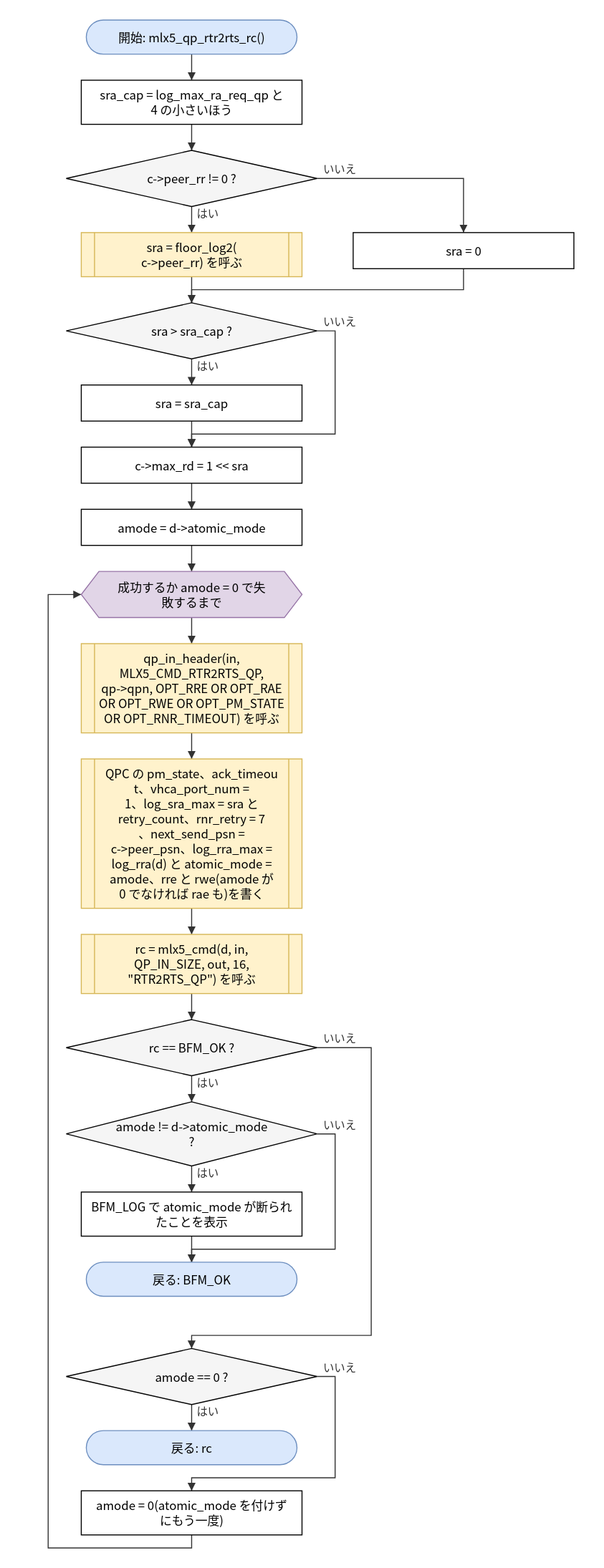
Before: doc/spec/images/flow_src_mlx5_qp-mlx5_qp_rtr2rts_rc.drawio.svg, a diagram exported from draw.io (hf355051012-ai/bfmem). Source tidied: cells renumbered, new cells last; positions are measured from the earlier drawing's top-left corner, leaving out a move shared by most shapes.
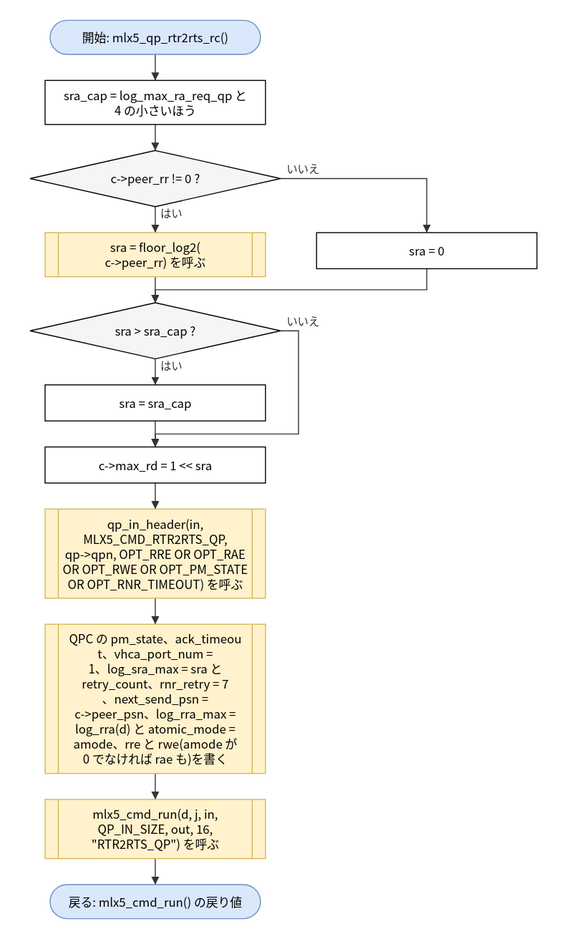
After the change.

Change to the diagram source:
```diff
@@ -26,42 +26,18 @@
     <mxCell id="9" value="c-&amp;gt;max_rd = 1 &amp;lt;&amp;lt; sra" style="rounded=0;whiteSpace=wrap;html=1;" parent="1" vertex="1">
       <mxGeometry x="33" y="426" width="220" height="36" as="geometry" />
     </mxCell>
-    <mxCell id="10" value="amode = d-&amp;gt;atomic_mode" style="rounded=0;whiteSpace=wrap;html=1;" parent="1" vertex="1">
-      <mxGeometry x="33" y="488" width="220" height="36" as="geometry" />
+    <mxCell id="10" value="qp_in_header(in,&lt;br&gt;MLX5_CMD_RTR2RTS_QP,&lt;br&gt;qp-&amp;gt;qpn, OPT_RRE OR OPT_RAE&lt;br&gt;OR OPT_RWE OR OPT_PM_STATE&lt;br&gt;OR OPT_RNR_TIMEOUT) を呼ぶ" style="shape=process;whiteSpace=wrap;html=1;backgroundOutline=1;size=0.06;fillColor=#fff2cc;strokeColor=#d6b656;" parent="1" vertex="1">
+      <mxGeometry x="33" y="488" width="220" height="89" as="geometry" />
     </mxCell>
-    <mxCell id="11" value="成功するか amode = 0 で失&lt;br&gt;敗するまで" style="shape=hexagon;perimeter=hexagonPerimeter2;whiteSpace=wrap;html=1;size=0.08;fillColor=#e1d5e7;strokeColor=#9673a6;" parent="1" vertex="1">
-      <mxGeometry x="33" y="550" width="220" height="46" as="geometry" />
+    <mxCell id="11" value="QPC の pm_state、ack_timeou&lt;br&gt;t、vhca_port_num =&lt;br&gt;1、log_sra_max = sra と&lt;br&gt;retry_count、rnr_retry = 7&lt;br&gt;、next_send_psn =&lt;br&gt;c-&amp;gt;peer_psn、log_rra_max =&lt;br&gt;log_rra(d) と atomic_mode =&lt;br&gt;amode、rre と rwe(amode が&lt;br&gt;0 でなければ rae も)を書く" style="shape=process;whiteSpace=wrap;html=1;backgroundOutline=1;size=0.06;fillColor=#fff2cc;strokeColor=#d6b656;" parent="1" vertex="1">
+      <mxGeometry x="33" y="603" width="220" height="149" as="geometry" />
     </mxCell>
-    <mxCell id="12" value="qp_in_header(in,&lt;br&gt;MLX5_CMD_RTR2RTS_QP,&lt;br&gt;qp-&amp;gt;qpn, OPT_RRE OR OPT_RAE&lt;br&gt;OR OPT_RWE OR OPT_PM_STATE&lt;br&gt;OR OPT_RNR_TIMEOUT) を呼ぶ" style="shape=process;whiteSpace=wrap;html=1;backgroundOutline=1;size=0.06;fillColor=#fff2cc;strokeColor=#d6b656;" parent="1" vertex="1">
-      <mxGeometry x="33" y="622" width="220" height="89" as="geometry" />
+    <mxCell id="12" value="mlx5_cmd_run(d, j, in,&lt;br&gt;QP_IN_SIZE, out, 16,&lt;br&gt;&amp;quot;RTR2RTS_QP&amp;quot;) を呼ぶ" style="shape=process;whiteSpace=wrap;html=1;backgroundOutline=1;size=0.06;fillColor=#fff2cc;strokeColor=#d6b656;" parent="1" vertex="1">
+      <mxGeometry x="33" y="778" width="220" height="59" as="geometry" />
     </mxCell>
-    <mxCell id="13" value="QPC の pm_state、ack_timeou&lt;br&gt;t、vhca_port_num =&lt;br&gt;1、log_sra_max = sra と&lt;br&gt;retry_count、rnr_retry = 7&lt;br&gt;、next_send_psn =&lt;br&gt;c-&amp;gt;peer_psn、log_rra_max =&lt;br&gt;log_rra(d) と atomic_mode =&lt;br&gt;amode、rre と rwe(amode が&lt;br&gt;0 でなければ rae も)を書く" style="shape=process;whiteSpace=wrap;html=1;backgroundOutline=1;size=0.06;fillColor=#fff2cc;strokeColor=#d6b656;" parent="1" vertex="1">
-      <mxGeometry x="33" y="737" width="220" height="149" as="geometry" />
+    <mxCell id="13" value="戻る: mlx5_cmd_run() の戻り値" style="rounded=1;arcSize=50;whiteSpace=wrap;html=1;fillColor=#dae8fc;strokeColor=#6c8ebf;" parent="1" vertex="1">
+      <mxGeometry x="38" y="863" width="210" height="34" as="geometry" />
     </mxCell>
-    <mxCell id="14" value="rc = mlx5_cmd(d, in,&lt;br&gt;QP_IN_SIZE, out, 16,&lt;br&gt;&amp;quot;RTR2RTS_QP&amp;quot;) を呼ぶ" style="shape=process;whiteSpace=wrap;html=1;backgroundOutline=1;size=0.06;fillColor=#fff2cc;strokeColor=#d6b656;" parent="1" vertex="1">
-      <mxGeometry x="33" y="912" width="220" height="59" as="geometry" />
-    </mxCell>
-    <mxCell id="15" value="rc == BFM_OK ?" style="rhombus;whiteSpace=wrap;html=1;fillColor=#f5f5f5;" parent="1" vertex="1">
-      <mxGeometry x="18" y="997" width="250" height="56" as="geometry" />
-    </mxCell>
-    <mxCell id="16" value="amode != d-&amp;gt;atomic_mode&lt;br&gt;?" style="rhombus;whiteSpace=wrap;html=1;fillColor=#f5f5f5;" parent="1" vertex="1">
-      <mxGeometry x="18" y="1079" width="250" height="64" as="geometry" />
-    </mxCell>
-    <mxCell id="17" value="BFM_LOG で atomic_mode が断られ&lt;br&gt;たことを表示" style="rounded=0;whiteSpace=wrap;html=1;" parent="1" vertex="1">
-      <mxGeometry x="33" y="1169" width="220" height="44" as="geometry" />
-    </mxCell>
-    <mxCell id="18" value="戻る: BFM_OK" style="rounded=1;arcSize=50;whiteSpace=wrap;html=1;fillColor=#dae8fc;strokeColor=#6c8ebf;" parent="1" vertex="1">
-      <mxGeometry x="38" y="1239" width="210" height="34" as="geometry" />
-    </mxCell>
-    <mxCell id="19" value="amode == 0 ?" style="rhombus;whiteSpace=wrap;html=1;fillColor=#f5f5f5;" parent="1" vertex="1">
-      <mxGeometry x="18" y="1325" width="250" height="56" as="geometry" />
-    </mxCell>
-    <mxCell id="20" value="戻る: rc" style="rounded=1;arcSize=50;whiteSpace=wrap;html=1;fillColor=#dae8fc;strokeColor=#6c8ebf;" parent="1" vertex="1">
-      <mxGeometry x="38" y="1407" width="210" height="34" as="geometry" />
-    </mxCell>
-    <mxCell id="21" value="amode = 0(atomic_mode を付けず&lt;br&gt;にもう一度)" style="rounded=0;whiteSpace=wrap;html=1;" parent="1" vertex="1">
-      <mxGeometry x="33" y="1467" width="220" height="44" as="geometry" />
-    </mxCell>
     <mxCell id="22" style="edgeStyle=none;html=1;rounded=0;endArrow=block;endFill=1;exitX=0.5000;exitY=1.0000;exitDx=0;exitDy=0;exitPerimeter=0;entryX=0.5000;entryY=0.0000;entryDx=0;entryDy=0;entryPerimeter=0;" parent="1" edge="1" source="2" target="3">
       <mxGeometry relative="1" as="geometry" />
     </mxCell>
@@ -116,59 +92,5 @@
     <mxCell id="34" style="edgeStyle=none;html=1;rounded=0;endArrow=block;endFill=1;exitX=0.5000;exitY=1.0000;exitDx=0;exitDy=0;exitPerimeter=0;entryX=0.5000;entryY=0.0000;entryDx=0;entryDy=0;entryPerimeter=0;" parent="1" edge="1" source="12" target="13">
       <mxGeometry relative="1" as="geometry" />
     </mxCell>
-    <mxCell id="35" style="edgeStyle=none;html=1;rounded=0;endArrow=block;endFill=1;exitX=0.5000;exitY=1.0000;exitDx=0;exitDy=0;exitPerimeter=0;entryX=0.5000;entryY=0.0000;entryDx=0;entryDy=0;entryPerimeter=0;" parent="1" edge="1" source="13" target="14">
-      <mxGeometry relative="1" as="geometry" />
-    </mxCell>
-    <mxCell id="36" style="edgeStyle=none;html=1;rounded=0;endArrow=block;endFill=1;exitX=0.5000;exitY=1.0000;exitDx=0;exitDy=0;exitPerimeter=0;entryX=0.5000;entryY=0.0000;entryDx=0;entryDy=0;entryPerimeter=0;" parent="1" edge="1" source="14" target="15">
-      <mxGeometry relative="1" as="geometry" />
-    </mxCell>
-    <mxCell id="37" value="はい" style="edgeStyle=none;html=1;rounded=0;endArrow=block;endFill=1;exitX=0.5000;exitY=1.0000;exitDx=0;exitDy=0;exitPerimeter=0;entryX=0.5000;entryY=0.0000;entryDx=0;entryDy=0;entryPerimeter=0;" parent="1" edge="1" source="15" target="16">
-      <mxGeometry relative="1" as="geometry" />
-    </mxCell>
-    <mxCell id="38" value="はい" style="edgeStyle=none;html=1;rounded=0;endArrow=block;endFill=1;exitX=0.5000;exitY=1.0000;exitDx=0;exitDy=0;exitPerimeter=0;entryX=0.5000;entryY=0.0000;entryDx=0;entryDy=0;entryPerimeter=0;" parent="1" edge="1" source="16" target="17">
-      <mxGeometry relative="1" as="geometry" />
-    </mxCell>
-    <mxCell id="39" style="edgeStyle=none;html=1;rounded=0;endArrow=block;endFill=1;exitX=0.5000;exitY=1.0000;exitDx=0;exitDy=0;exitPerimeter=0;entryX=0.5000;entryY=0.0000;entryDx=0;entryDy=0;entryPerimeter=0;" parent="1" edge="1" source="17" target="18">
-      <mxGeometry relative="1" as="geometry" />
-    </mxCell>
-    <mxCell id="40" value="いいえ" style="edgeStyle=none;html=1;rounded=0;endArrow=block;endFill=1;exitX=1.0000;exitY=0.5000;exitDx=0;exitDy=0;exitPerimeter=0;entryX=0.5000;entryY=0.0000;entryDx=0;entryDy=0;entryPerimeter=0;" parent="1" edge="1" source="16" target="18">
-      <mxGeometry relative="1" as="geometry">
-        <Array as="points">
-          <mxPoint x="286" y="1111" />
-          <mxPoint x="286" y="1226" />
-          <mxPoint x="143" y="1226" />
-        </Array>
-      </mxGeometry>
-    </mxCell>
-    <mxCell id="41" value="いいえ" style="edgeStyle=none;html=1;rounded=0;endArrow=block;endFill=1;exitX=1.0000;exitY=0.5000;exitDx=0;exitDy=0;exitPerimeter=0;entryX=0.5000;entryY=0.0000;entryDx=0;entryDy=0;entryPerimeter=0;" parent="1" edge="1" source="15" target="19">
-      <mxGeometry relative="1" as="geometry">
-        <Array as="points">
-          <mxPoint x="322" y="1025" />
-          <mxPoint x="322" y="1312" />
-          <mxPoint x="143" y="1312" />
-        </Array>
-      </mxGeometry>
-    </mxCell>
-    <mxCell id="42" value="はい" style="edgeStyle=none;html=1;rounded=0;endArrow=block;endFill=1;exitX=0.5000;exitY=1.0000;exitDx=0;exitDy=0;exitPerimeter=0;entryX=0.5000;entryY=0.0000;entryDx=0;entryDy=0;entryPerimeter=0;" parent="1" edge="1" source="19" target="20">
-      <mxGeometry relative="1" as="geometry" />
-    </mxCell>
-    <mxCell id="43" value="いいえ" style="edgeStyle=none;html=1;rounded=0;endArrow=block;endFill=1;exitX=1.0000;exitY=0.5000;exitDx=0;exitDy=0;exitPerimeter=0;entryX=0.5000;entryY=0.0000;entryDx=0;entryDy=0;entryPerimeter=0;" parent="1" edge="1" source="19" target="21">
-      <mxGeometry relative="1" as="geometry">
-        <Array as="points">
-          <mxPoint x="286" y="1353" />
-          <mxPoint x="286" y="1454" />
-          <mxPoint x="143" y="1454" />
-        </Array>
-      </mxGeometry>
-    </mxCell>
-    <mxCell id="44" style="edgeStyle=none;html=1;rounded=0;endArrow=block;endFill=1;exitX=0.5000;exitY=1.0000;exitDx=0;exitDy=0;exitPerimeter=0;entryX=0.0000;entryY=0.5000;entryDx=0;entryDy=0;entryPerimeter=0;" parent="1" edge="1" source="21" target="11">
-      <mxGeometry relative="1" as="geometry">
-        <Array as="points">
-          <mxPoint x="143" y="1524" />
-          <mxPoint y="1524" />
-          <mxPoint y="573" />
-        </Array>
-      </mxGeometry>
-    </mxCell>
   </root>
 </mxGraphModel>
```
